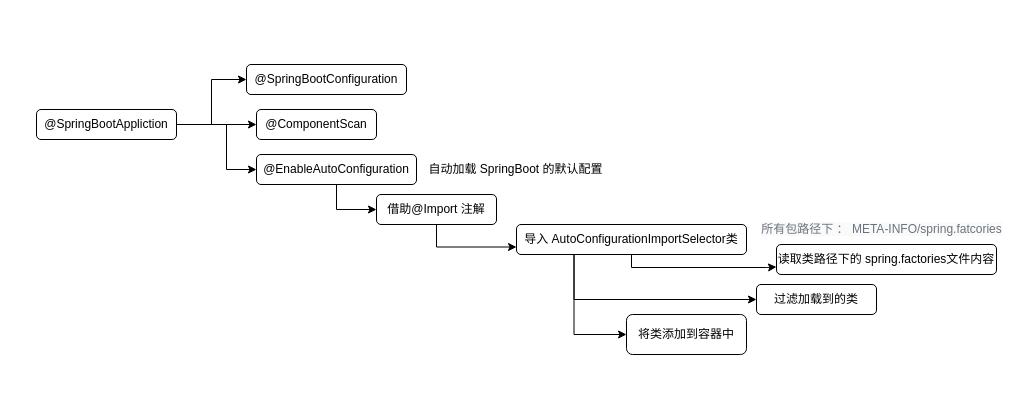
Above: SpringBoot.drawio in topyuluo/photo-project (draw.io), before the change. Source tidied: cells renumbered, new cells numbered last; positions are measured from the earlier drawing's top-left corner, leaving out a move shared by most shapes. Both pictures are drawn from the tidied source at 100%, with x=0, y=0 at pixel (36, 64).
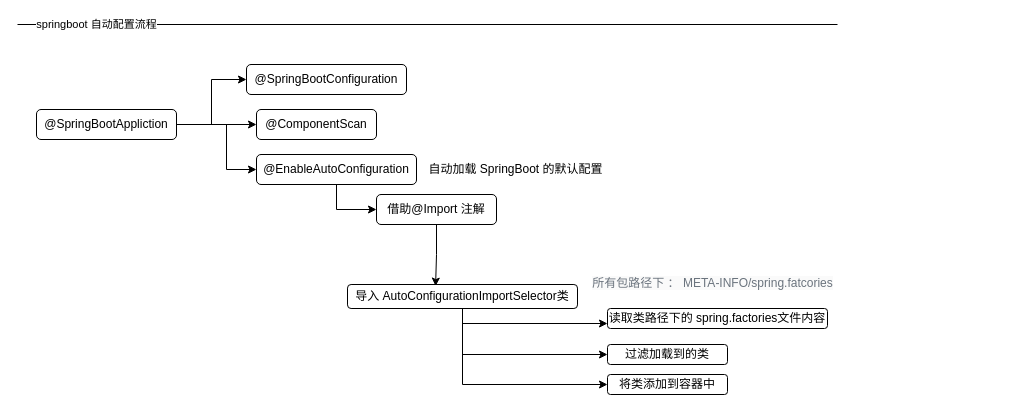
The same page after the edit.

Unchanged cells that the change refers to:
```xml
<mxCell id="12" value="借助@Import 注解" style="rounded=1;whiteSpace=wrap;html=1;" parent="1" vertex="1">
  <mxGeometry x="340" y="130" width="120" height="30" as="geometry" />
</mxCell>
```

The edit, as a diff of the source:
```diff
@@
-    <mxCell id="11" style="edgeStyle=orthogonalEdgeStyle;rounded=0;jettySize=auto;html=1;exitX=0.5;exitY=1;exitDx=0;exitDy=0;entryX=0;entryY=0.75;entryDx=0;entryDy=0;" parent="1" edge="1" source="12" target="16">
+    <mxCell id="11" style="edgeStyle=orthogonalEdgeStyle;rounded=0;jettySize=auto;html=1;exitX=0.5;exitY=1;exitDx=0;exitDy=0;entryX=0.383;entryY=0.067;entryDx=0;entryDy=0;entryPerimeter=0;" parent="1" edge="1" source="12" target="16">
       <mxGeometry relative="1" as="geometry" />
     </mxCell>
@@
-    <mxCell id="13" style="edgeStyle=orthogonalEdgeStyle;rounded=0;jettySize=auto;html=1;exitX=0.5;exitY=1;exitDx=0;exitDy=0;entryX=0;entryY=0.75;entryDx=0;entryDy=0;" parent="1" edge="1" source="16" target="17">
-      <mxGeometry relative="1" as="geometry">
-        <Array as="points">
-          <mxPoint x="595" y="203" />
-          <mxPoint x="730" y="203" />
-        </Array>
-      </mxGeometry>
-    </mxCell>
-    <mxCell id="14" style="edgeStyle=orthogonalEdgeStyle;rounded=0;jettySize=auto;html=1;exitX=0.25;exitY=1;exitDx=0;exitDy=0;entryX=0;entryY=0.5;entryDx=0;entryDy=0;" parent="1" edge="1" source="16" target="18">
+    <mxCell id="14" style="edgeStyle=orthogonalEdgeStyle;rounded=0;jettySize=auto;html=1;exitX=0.5;exitY=1;exitDx=0;exitDy=0;entryX=0;entryY=0.5;entryDx=0;entryDy=0;" parent="1" edge="1" source="16" target="18">
       <mxGeometry relative="1" as="geometry" />
     </mxCell>
-    <mxCell id="15" style="edgeStyle=orthogonalEdgeStyle;rounded=0;jettySize=auto;html=1;exitX=0.25;exitY=1;exitDx=0;exitDy=0;entryX=0;entryY=0.5;entryDx=0;entryDy=0;" parent="1" edge="1" source="16" target="19">
+    <mxCell id="15" style="edgeStyle=orthogonalEdgeStyle;rounded=0;jettySize=auto;html=1;exitX=0.5;exitY=1;exitDx=0;exitDy=0;entryX=0;entryY=0.5;entryDx=0;entryDy=0;" parent="1" edge="1" source="16" target="19">
       <mxGeometry relative="1" as="geometry" />
     </mxCell>
+    <mxCell id="21" style="edgeStyle=orthogonalEdgeStyle;rounded=0;jettySize=auto;html=1;exitX=0.5;exitY=1;exitDx=0;exitDy=0;entryX=0;entryY=0.75;entryDx=0;entryDy=0;" parent="1" edge="1" target="17">
+      <mxGeometry relative="1" as="geometry">
+        <mxPoint x="426" y="248" as="sourcePoint" />
+        <Array as="points">
+          <mxPoint x="426" y="259" />
+        </Array>
+      </mxGeometry>
+    </mxCell>
     <mxCell id="16" value="导入 AutoConfigurationImportSelector类" style="rounded=1;whiteSpace=wrap;html=1;" parent="1" vertex="1">
-      <mxGeometry x="480" y="160" width="230" height="30" as="geometry" />
+      <mxGeometry x="311" y="220" width="230" height="24" as="geometry" />
     </mxCell>
     <mxCell id="17" value="读取类路径下的 spring.factories文件内容" style="rounded=1;whiteSpace=wrap;html=1;" parent="1" vertex="1">
-      <mxGeometry x="740" y="180" width="220" height="30" as="geometry" />
+      <mxGeometry x="571" y="244" width="220" height="20" as="geometry" />
     </mxCell>
     <mxCell id="18" value="过滤加载到的类" style="rounded=1;whiteSpace=wrap;html=1;" parent="1" vertex="1">
-      <mxGeometry x="720" y="220" width="120" height="30" as="geometry" />
+      <mxGeometry x="571" y="280" width="120" height="20" as="geometry" />
     </mxCell>
     <mxCell id="19" value="将类添加到容器中" style="rounded=1;whiteSpace=wrap;html=1;" parent="1" vertex="1">
-      <mxGeometry x="590" y="250" width="120" height="40" as="geometry" />
+      <mxGeometry x="571" y="310" width="120" height="20" as="geometry" />
     </mxCell>
     <mxCell id="20" value="&lt;span style=&quot;color: rgb(106 , 115 , 125) ; background-color: rgb(250 , 250 , 250)&quot;&gt;&lt;font style=&quot;font-size: 12px&quot;&gt;所有包路径下 ： META-INFO/spring.fatcories&lt;/font&gt;&lt;/span&gt;" style="text;html=1;align=center;verticalAlign=middle;strokeColor=none;" parent="1" vertex="1">
-      <mxGeometry x="720" y="156" width="250" height="18" as="geometry" />
+      <mxGeometry x="551" y="210" width="250" height="18" as="geometry" />
     </mxCell>
+    <mxCell id="22" style="endArrow=none;html=1;" parent="1" edge="1">
+      <mxGeometry relative="1" as="geometry">
+        <mxPoint x="-19" y="-40" as="sourcePoint" />
+        <mxPoint x="801" y="-40" as="targetPoint" />
+      </mxGeometry>
+    </mxCell>
+    <mxCell id="23" value="springboot 自动配置流程" style="edgeLabel;html=1;align=center;verticalAlign=middle;" parent="22" vertex="1">
+      <mxGeometry x="0.03" y="1" relative="1" as="geometry">
+        <mxPoint x="-344" as="offset" />
+      </mxGeometry>
+    </mxCell>
```
